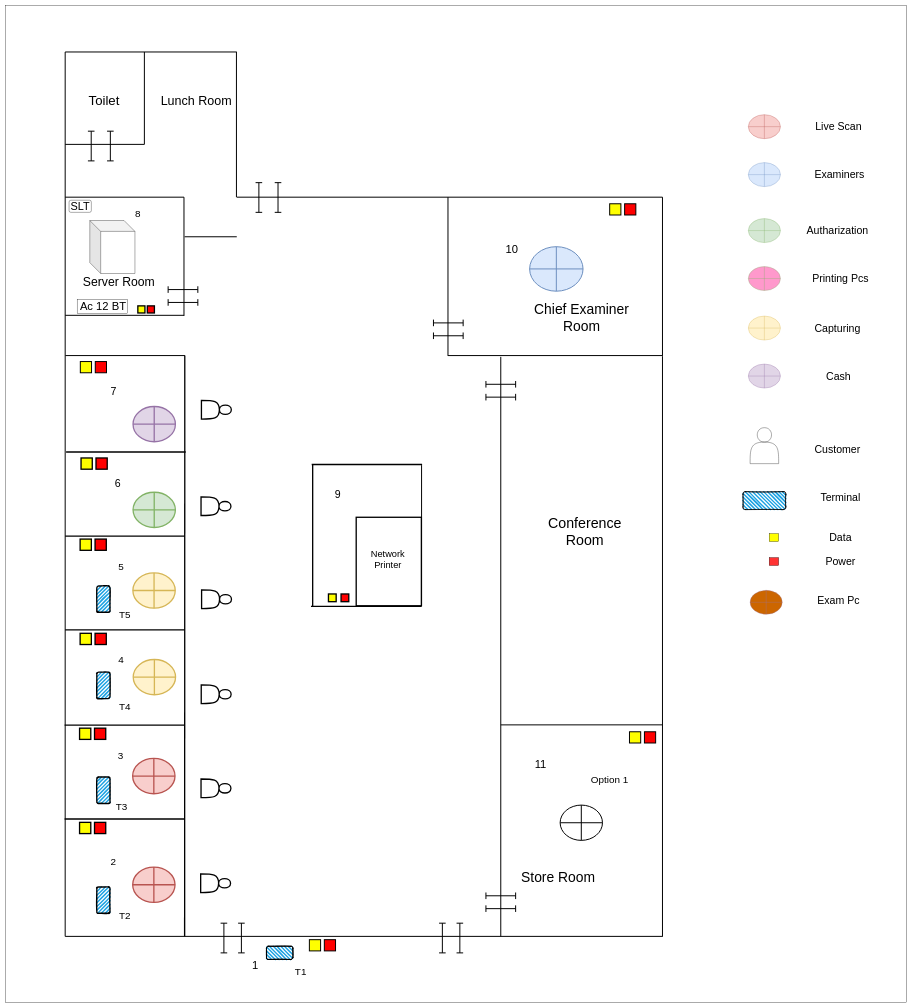
The draw.io diagram mullaitivu.drawio in thushan-harshajeewa/dmt-diagrams, before the edit. Source tidied: cells renumbered, new cells numbered last; positions are measured from the earlier drawing's top-left corner, leaving out a move shared by most shapes. Both pictures are drawn from the tidied source at 33%, with x=0, y=0 at pixel (6, 6).
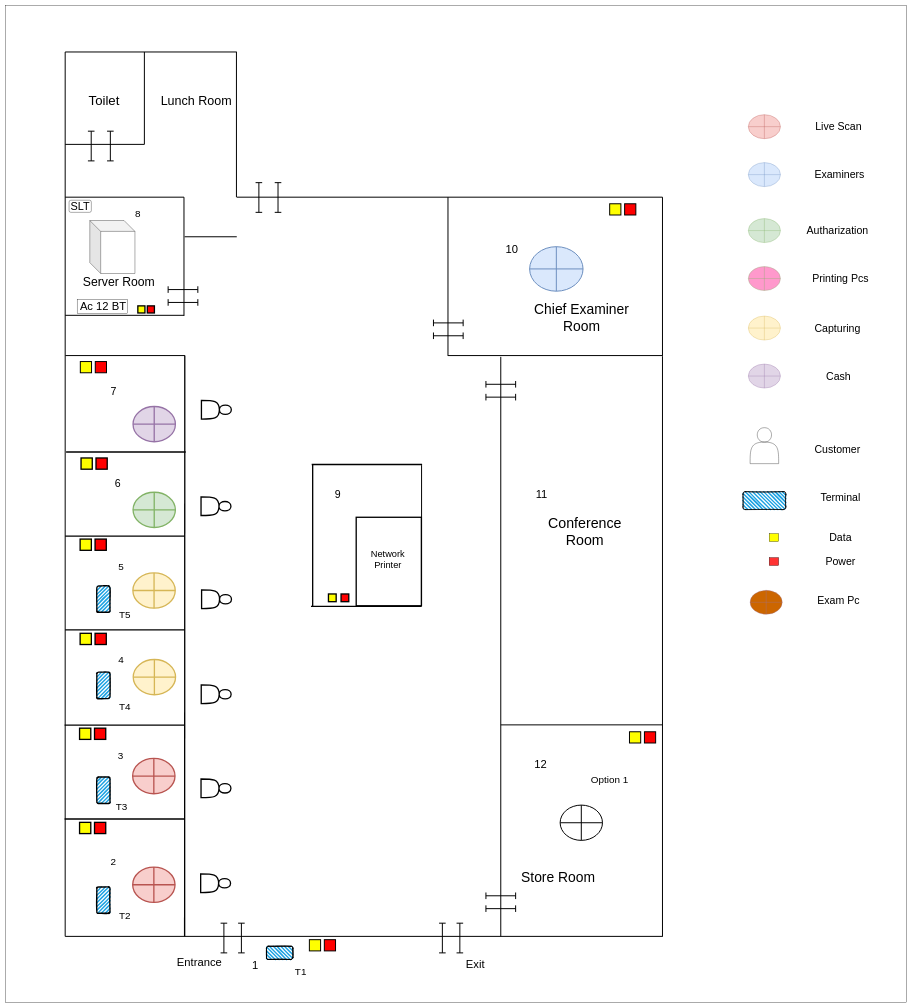
The same page after the edit.

What changed in the source:
```diff
@@
-    <mxCell id="97" value="&lt;font style=&quot;font-size: 34px;&quot;&gt;11&lt;/font&gt;" style="text;html=1;align=center;verticalAlign=middle;whiteSpace=wrap;rounded=0;strokeWidth=3;" parent="1" vertex="1">
+    <mxCell id="97" value="&lt;font style=&quot;font-size: 34px;&quot;&gt;12&lt;/font&gt;" style="text;html=1;align=center;verticalAlign=middle;whiteSpace=wrap;rounded=0;strokeWidth=3;" parent="1" vertex="1">
       <mxGeometry x="1587.4" y="2280.7" width="68" height="34" as="geometry" />
     </mxCell>
@@
+    <mxCell id="142" value="&lt;font style=&quot;font-size: 34px;&quot;&gt;11&lt;/font&gt;" style="text;html=1;align=center;verticalAlign=middle;whiteSpace=wrap;rounded=0;strokeWidth=3;" parent="1" vertex="1">
+      <mxGeometry x="1590" y="1463.2" width="68" height="34" as="geometry" />
+    </mxCell>
+    <mxCell id="143" value="&lt;font style=&quot;font-size: 34px;&quot;&gt;Entrance&lt;/font&gt;" style="text;html=1;align=center;verticalAlign=middle;whiteSpace=wrap;rounded=0;strokeWidth=3;" parent="1" vertex="1">
+      <mxGeometry x="553" y="2882" width="68" height="34" as="geometry" />
+    </mxCell>
+    <mxCell id="144" value="&lt;font style=&quot;font-size: 34px;&quot;&gt;Exit&lt;/font&gt;" style="text;html=1;align=center;verticalAlign=middle;whiteSpace=wrap;rounded=0;strokeWidth=3;" parent="1" vertex="1">
+      <mxGeometry x="1389" y="2888" width="68" height="34" as="geometry" />
+    </mxCell>
```
